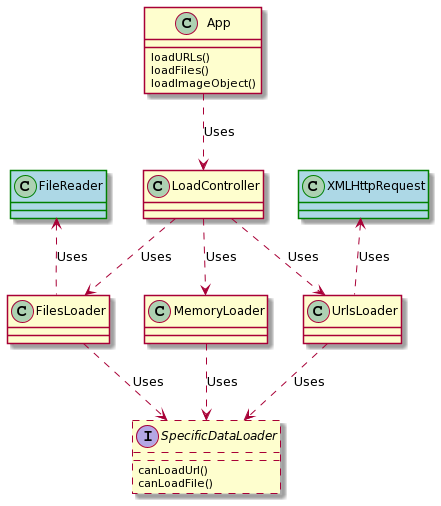
ivmartel/dwv keeps this PlantUML diagram as resources/doc/img/classes-io.png. Above is the earlier version. Its diagram source:
```plantuml
@startuml
class XMLHttpRequest #lightblue;line:green
class FileReader #lightblue;line:green

class App {
  loadURLs()
  loadFiles()
  loadImageObject()
}
class LoadController
class UrlsLoader
class FilesLoader
class MemoryLoader
interface SpecificDataLoader ##[dashed] {
  canLoadUrl()
  canLoadFile()
}

App ..> LoadController: Uses
LoadController ..> UrlsLoader: Uses
LoadController ..> FilesLoader: Uses
LoadController ..> MemoryLoader: Uses

UrlsLoader .up.> XMLHttpRequest: Uses
FilesLoader .up.> FileReader: Uses

UrlsLoader ..> SpecificDataLoader: Uses
FilesLoader ..> SpecificDataLoader: Uses
MemoryLoader ..> SpecificDataLoader: Uses
@enduml
```
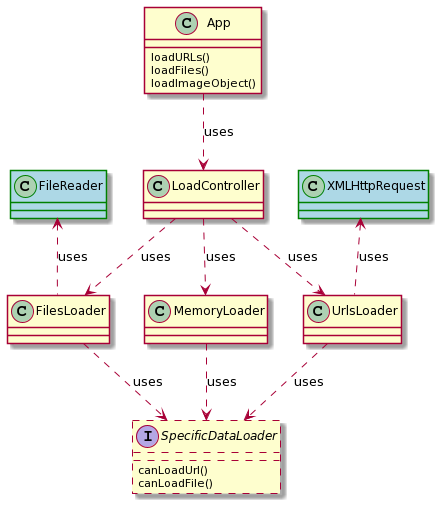
The same diagram one commit later.

What changed in the source:
```diff
@@ -16,15 +16,15 @@
   canLoadFile()
 }
 
-App ..> LoadController: Uses
-LoadController ..> UrlsLoader: Uses
-LoadController ..> FilesLoader: Uses
-LoadController ..> MemoryLoader: Uses
+App ..> LoadController: uses
+LoadController ..> UrlsLoader: uses
+LoadController ..> FilesLoader: uses
+LoadController ..> MemoryLoader: uses
 
-UrlsLoader .up.> XMLHttpRequest: Uses
-FilesLoader .up.> FileReader: Uses
+UrlsLoader .up.> XMLHttpRequest: uses
+FilesLoader .up.> FileReader: uses
 
-UrlsLoader ..> SpecificDataLoader: Uses
-FilesLoader ..> SpecificDataLoader: Uses
-MemoryLoader ..> SpecificDataLoader: Uses
+UrlsLoader ..> SpecificDataLoader: uses
+FilesLoader ..> SpecificDataLoader: uses
+MemoryLoader ..> SpecificDataLoader: uses
 @enduml
```
